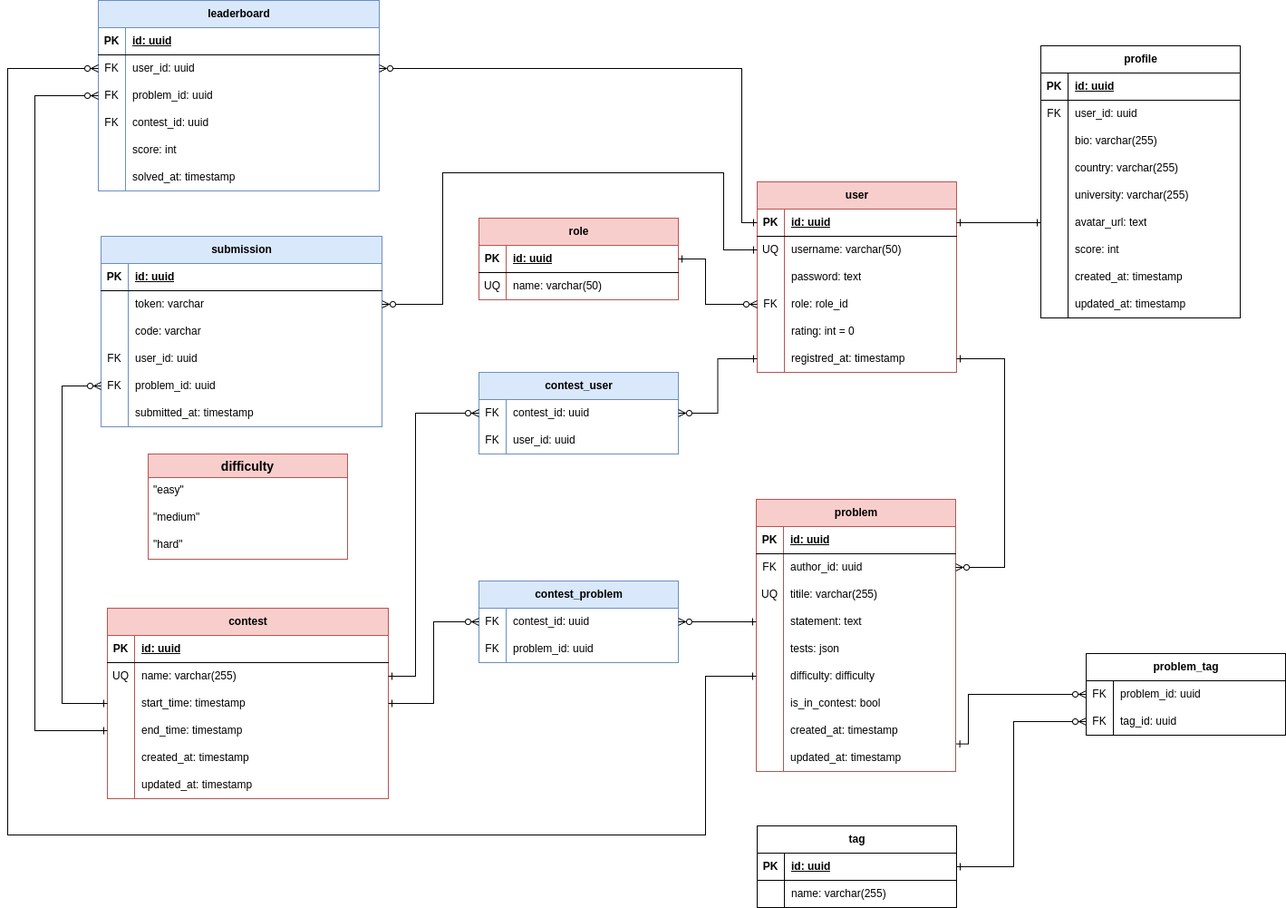
The draw.io diagram docs/erd.png in Jduun/contest-platform, before a commit. Source tidied: cells renumbered, new cells last; positions are measured from the earlier drawing's top-left corner, leaving out a move shared by most shapes.
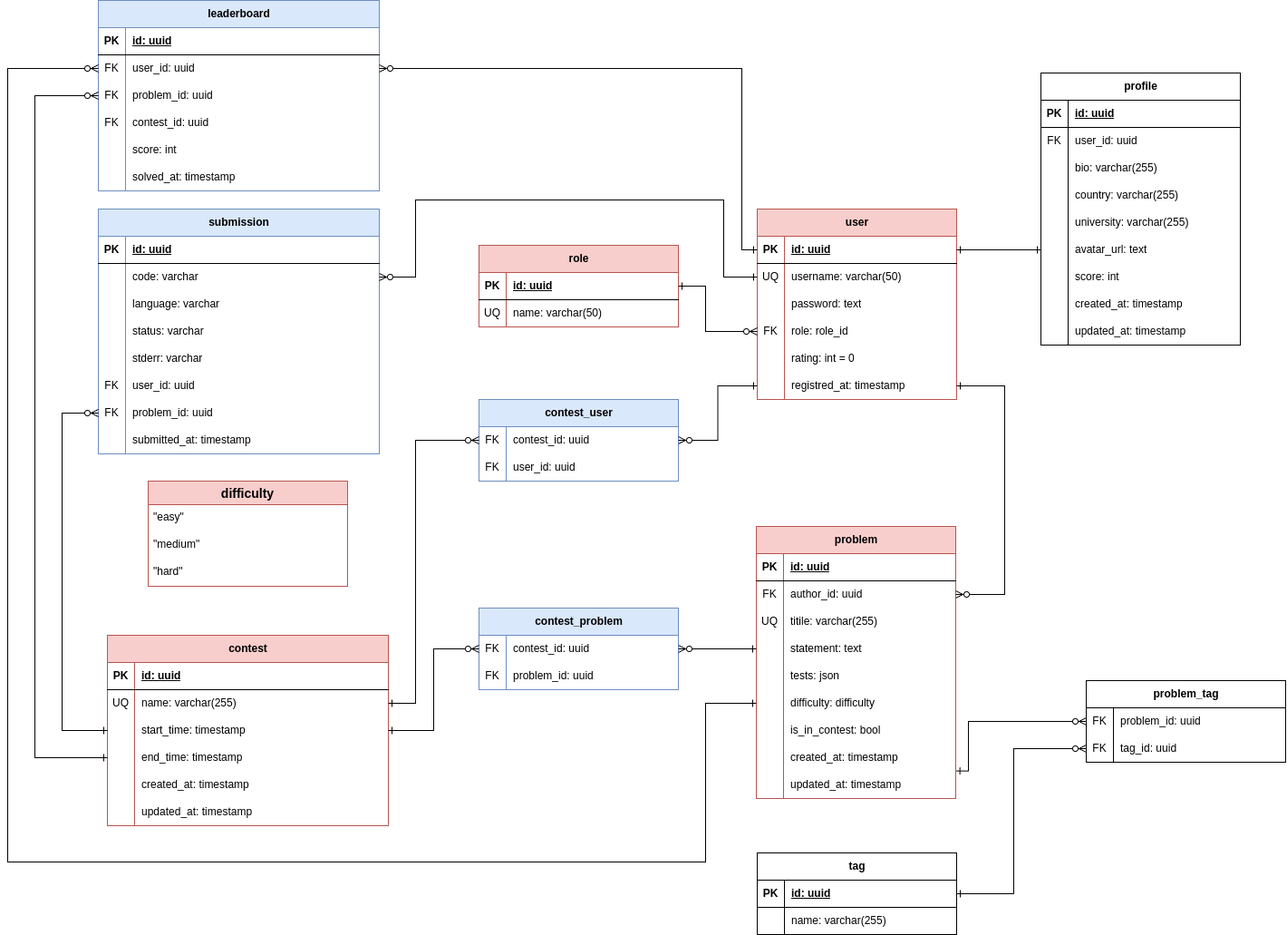
The same diagram one commit later.

Change to the diagram source:
```diff
@@ -446,7 +446,7 @@
       <mxGeometry relative="1" as="geometry" />
     </mxCell>
     <mxCell id="143" value="submission" style="shape=table;startSize=30;rowLines=0;fontStyle=1;align=center;html=1;fillColor=#dae8fc;strokeColor=#6c8ebf;" parent="1" vertex="1">
-      <mxGeometry x="103" y="260" width="310" height="210" as="geometry" />
+      <mxGeometry x="100" y="200" width="310" height="270" as="geometry" />
     </mxCell>
     <mxCell id="144" style="shape=tableRow;horizontal=0;startSize=0;swimlaneHead=0;swimlaneBody=0;fillColor=none;top=0;left=0;right=0;bottom=1;" parent="143" vertex="1">
       <mxGeometry y="30" width="310" height="30" as="geometry" />
@@ -463,20 +463,38 @@
     <mxCell id="148" style="shape=partialRectangle;fillColor=none;top=0;left=0;bottom=0;right=0;overflow=hidden;whiteSpace=wrap;html=1;" parent="147" vertex="1">
       <mxGeometry width="30" height="30" as="geometry" />
     </mxCell>
-    <mxCell id="149" value="token: varchar" style="shape=partialRectangle;fillColor=none;top=0;left=0;bottom=0;right=0;align=left;spacingLeft=6;overflow=hidden;whiteSpace=wrap;html=1;" parent="147" vertex="1">
+    <mxCell id="149" value="code: varchar" style="shape=partialRectangle;fillColor=none;top=0;left=0;bottom=0;right=0;align=left;spacingLeft=6;overflow=hidden;whiteSpace=wrap;html=1;" parent="147" vertex="1">
       <mxGeometry x="30" width="280" height="30" as="geometry" />
     </mxCell>
+    <mxCell id="187" style="shape=tableRow;horizontal=0;startSize=0;swimlaneHead=0;swimlaneBody=0;fillColor=none;top=0;left=0;right=0;bottom=0;" parent="143" vertex="1">
+      <mxGeometry y="90" width="310" height="30" as="geometry" />
+    </mxCell>
+    <mxCell id="188" style="shape=partialRectangle;fillColor=none;top=0;left=0;bottom=0;right=0;overflow=hidden;whiteSpace=wrap;html=1;" parent="187" vertex="1">
+      <mxGeometry width="30" height="30" as="geometry" />
+    </mxCell>
+    <mxCell id="189" value="language: varchar" style="shape=partialRectangle;fillColor=none;top=0;left=0;bottom=0;right=0;align=left;spacingLeft=6;overflow=hidden;whiteSpace=wrap;html=1;" parent="187" vertex="1">
+      <mxGeometry x="30" width="280" height="30" as="geometry" />
+    </mxCell>
     <mxCell id="150" style="shape=tableRow;horizontal=0;startSize=0;swimlaneHead=0;swimlaneBody=0;fillColor=none;top=0;left=0;right=0;bottom=0;" parent="143" vertex="1">
-      <mxGeometry y="90" width="310" height="30" as="geometry" />
+      <mxGeometry y="120" width="310" height="30" as="geometry" />
     </mxCell>
     <mxCell id="151" style="shape=partialRectangle;fillColor=none;top=0;left=0;bottom=0;right=0;overflow=hidden;whiteSpace=wrap;html=1;" parent="150" vertex="1">
       <mxGeometry width="30" height="30" as="geometry" />
     </mxCell>
-    <mxCell id="152" value="code: varchar" style="shape=partialRectangle;fillColor=none;top=0;left=0;bottom=0;right=0;align=left;spacingLeft=6;overflow=hidden;whiteSpace=wrap;html=1;" parent="150" vertex="1">
+    <mxCell id="152" value="status: varchar" style="shape=partialRectangle;fillColor=none;top=0;left=0;bottom=0;right=0;align=left;spacingLeft=6;overflow=hidden;whiteSpace=wrap;html=1;" parent="150" vertex="1">
       <mxGeometry x="30" width="280" height="30" as="geometry" />
     </mxCell>
+    <mxCell id="190" style="shape=tableRow;horizontal=0;startSize=0;swimlaneHead=0;swimlaneBody=0;fillColor=none;top=0;left=0;right=0;bottom=0;" parent="143" vertex="1">
+      <mxGeometry y="150" width="310" height="30" as="geometry" />
+    </mxCell>
+    <mxCell id="191" style="shape=partialRectangle;fillColor=none;top=0;left=0;bottom=0;right=0;overflow=hidden;whiteSpace=wrap;html=1;" parent="190" vertex="1">
+      <mxGeometry width="30" height="30" as="geometry" />
+    </mxCell>
+    <mxCell id="192" value="stderr: varchar" style="shape=partialRectangle;fillColor=none;top=0;left=0;bottom=0;right=0;align=left;spacingLeft=6;overflow=hidden;whiteSpace=wrap;html=1;" parent="190" vertex="1">
+      <mxGeometry x="30" width="280" height="30" as="geometry" />
+    </mxCell>
     <mxCell id="153" style="shape=tableRow;horizontal=0;startSize=0;swimlaneHead=0;swimlaneBody=0;fillColor=none;top=0;left=0;right=0;bottom=0;" parent="143" vertex="1">
-      <mxGeometry y="120" width="310" height="30" as="geometry" />
+      <mxGeometry y="180" width="310" height="30" as="geometry" />
     </mxCell>
     <mxCell id="154" value="FK" style="shape=partialRectangle;fillColor=none;top=0;left=0;bottom=0;right=0;overflow=hidden;whiteSpace=wrap;html=1;" parent="153" vertex="1">
       <mxGeometry width="30" height="30" as="geometry" />
@@ -485,7 +503,7 @@
       <mxGeometry x="30" width="280" height="30" as="geometry" />
     </mxCell>
     <mxCell id="156" style="shape=tableRow;horizontal=0;startSize=0;swimlaneHead=0;swimlaneBody=0;fillColor=none;points=[[0,0.5],[1,0.5]];portConstraint=eastwest;top=0;left=0;right=0;bottom=0;" parent="143" vertex="1">
-      <mxGeometry y="150" width="310" height="30" as="geometry" />
+      <mxGeometry y="210" width="310" height="30" as="geometry" />
     </mxCell>
     <mxCell id="157" value="FK" style="shape=partialRectangle;fillColor=none;top=0;left=0;bottom=0;right=0;overflow=hidden;whiteSpace=wrap;html=1;" parent="156" vertex="1">
       <mxGeometry width="30" height="30" as="geometry" />
@@ -494,7 +512,7 @@
       <mxGeometry x="30" width="280" height="30" as="geometry" />
     </mxCell>
     <mxCell id="159" style="shape=tableRow;horizontal=0;startSize=0;swimlaneHead=0;swimlaneBody=0;fillColor=none;top=0;left=0;right=0;bottom=0;" parent="143" vertex="1">
-      <mxGeometry y="180" width="310" height="30" as="geometry" />
+      <mxGeometry y="240" width="310" height="30" as="geometry" />
     </mxCell>
     <mxCell id="160" style="shape=partialRectangle;fillColor=none;top=0;left=0;bottom=0;right=0;overflow=hidden;whiteSpace=wrap;html=1;" parent="159" vertex="1">
       <mxGeometry width="30" height="30" as="geometry" />
@@ -511,7 +529,7 @@
       </mxGeometry>
     </mxCell>
     <mxCell id="163" value="leaderboard" style="shape=table;startSize=30;rowLines=0;fontStyle=1;align=center;html=1;fillColor=#dae8fc;strokeColor=#6c8ebf;" parent="1" vertex="1">
-      <mxGeometry x="100" width="310" height="210" as="geometry" />
+      <mxGeometry x="100" y="-30" width="310" height="210" as="geometry" />
     </mxCell>
     <mxCell id="164" style="shape=tableRow;horizontal=0;startSize=0;swimlaneHead=0;swimlaneBody=0;fillColor=none;top=0;left=0;right=0;bottom=1;" parent="163" vertex="1">
       <mxGeometry y="30" width="310" height="30" as="geometry" />
@@ -572,8 +590,8 @@
         <Array as="points">
           <mxPoint x="790" y="275" />
           <mxPoint x="790" y="190" />
-          <mxPoint x="480" y="190" />
-          <mxPoint x="480" y="335" />
+          <mxPoint x="450" y="190" />
+          <mxPoint x="450" y="275" />
         </Array>
       </mxGeometry>
     </mxCell>
@@ -589,7 +607,7 @@
       <mxGeometry relative="1" as="geometry">
         <Array as="points">
           <mxPoint x="810" y="245" />
-          <mxPoint x="810" y="75" />
+          <mxPoint x="810" y="45" />
         </Array>
       </mxGeometry>
     </mxCell>
@@ -597,7 +615,7 @@
       <mxGeometry relative="1" as="geometry">
         <Array as="points">
           <mxPoint x="30" y="805" />
-          <mxPoint x="30" y="105" />
+          <mxPoint x="30" y="75" />
         </Array>
       </mxGeometry>
     </mxCell>
@@ -607,7 +625,7 @@
           <mxPoint x="770" y="745" />
           <mxPoint x="770" y="920" />
           <mxPoint y="920" />
-          <mxPoint y="75" />
+          <mxPoint y="45" />
         </Array>
       </mxGeometry>
     </mxCell>
```
